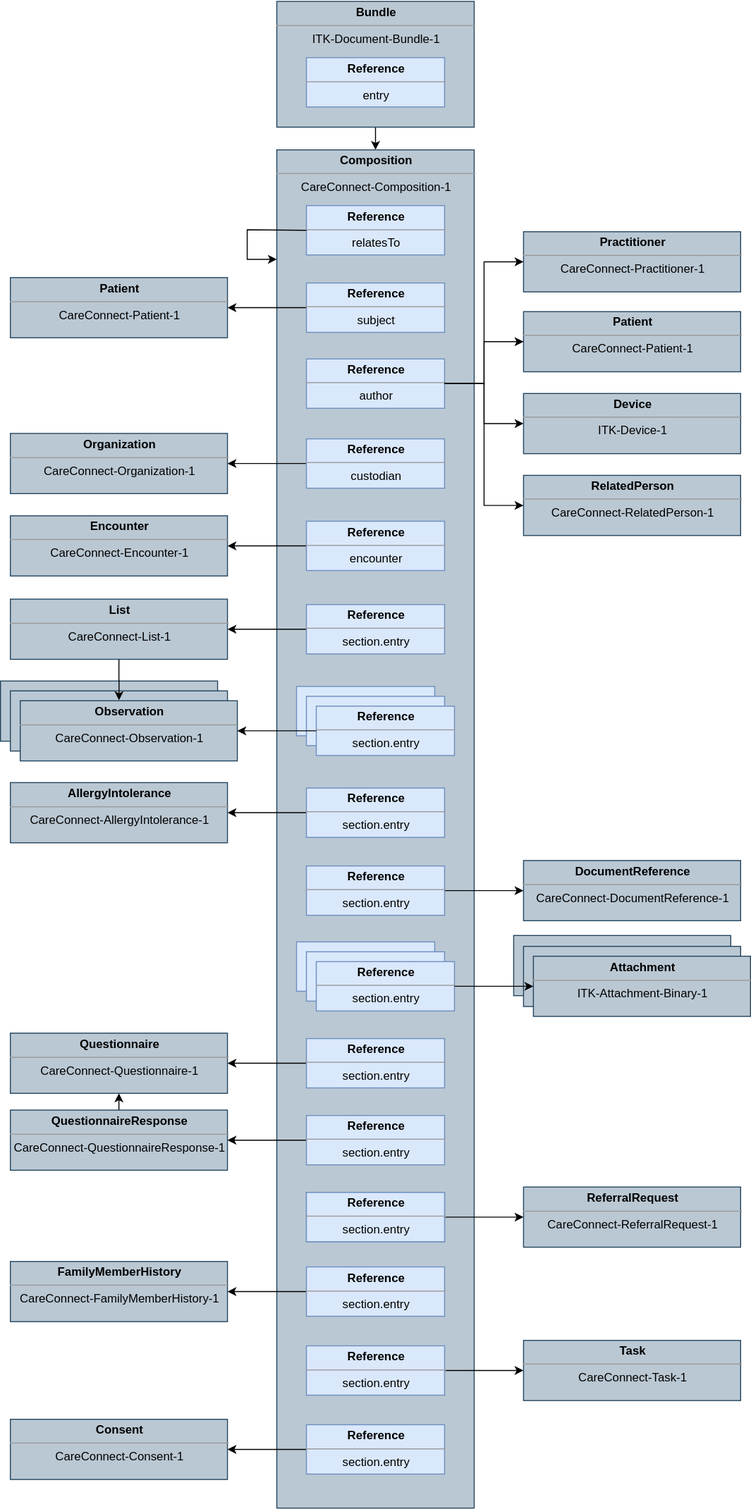
This is images/senddocument/payload.svg from nhsconnect/gpconnect-messaging, a draw.io export, as it was before one commit. Source tidied: cells renumbered, new cells last; positions are measured from the earlier drawing's top-left corner, leaving out a move shared by most shapes.
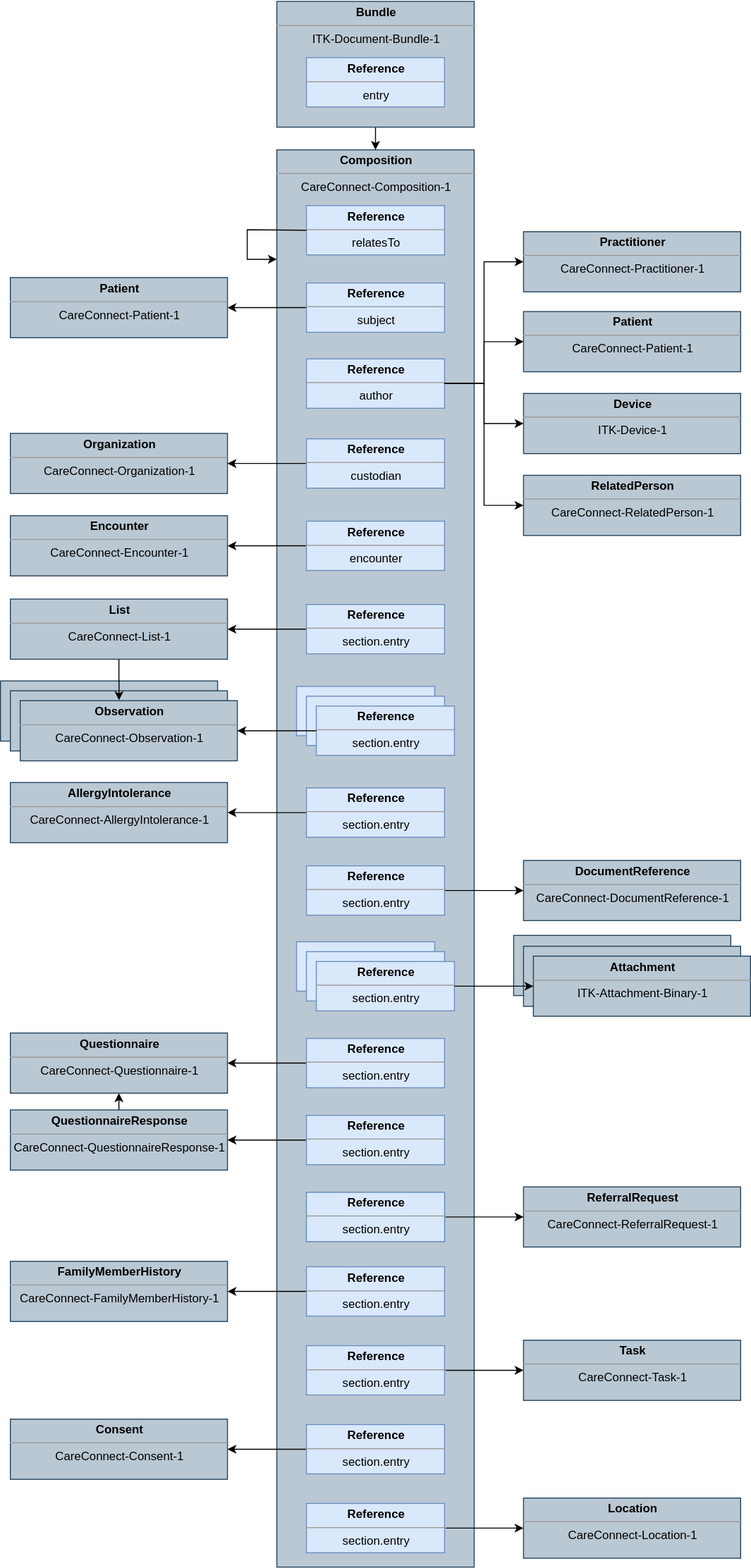
The same file after the commit.

What changed in the source:
```diff
@@ -12,7 +12,7 @@
       <mxGeometry x="310" y="57.5" width="140" height="50" as="geometry" />
     </mxCell>
     <mxCell id="5" value="&lt;p style=&quot;margin: 0px ; margin-top: 4px ; text-align: center&quot;&gt;&lt;b&gt;Composition&lt;/b&gt;&lt;/p&gt;&lt;hr size=&quot;1&quot; style=&quot;text-align: center&quot;&gt;&lt;div style=&quot;text-align: center ; height: 2px&quot;&gt;CareConnect-&lt;span&gt;Composition-1&lt;/span&gt;&lt;/div&gt;" style="verticalAlign=top;align=left;overflow=fill;fontSize=12;fontFamily=Helvetica;html=1;fillColor=#bac8d3;strokeColor=#23445d;" parent="1" vertex="1">
-      <mxGeometry x="280" y="151" width="200" height="1377" as="geometry" />
+      <mxGeometry x="280" y="151" width="200" height="1437" as="geometry" />
     </mxCell>
     <mxCell id="6" value="&lt;p style=&quot;margin: 0px ; margin-top: 4px ; text-align: center&quot;&gt;&lt;b&gt;Reference&lt;/b&gt;&lt;/p&gt;&lt;hr size=&quot;1&quot;&gt;&lt;div style=&quot;text-align: center ; height: 2px&quot;&gt;relatesTo&lt;/div&gt;" style="verticalAlign=top;align=left;overflow=fill;fontSize=12;fontFamily=Helvetica;html=1;fillColor=#dae8fc;strokeColor=#6c8ebf;" parent="1" vertex="1">
       <mxGeometry x="310" y="207.5" width="140" height="50" as="geometry" />
@@ -234,5 +234,16 @@
     <mxCell id="74" value="&lt;p style=&quot;margin: 0px ; margin-top: 4px ; text-align: center&quot;&gt;&lt;b&gt;Consent&lt;/b&gt;&lt;br&gt;&lt;/p&gt;&lt;hr size=&quot;1&quot; style=&quot;text-align: center&quot;&gt;&lt;div style=&quot;text-align: center ; height: 2px&quot;&gt;CareConnect-Consent-1&lt;/div&gt;" style="verticalAlign=top;align=left;overflow=fill;fontSize=12;fontFamily=Helvetica;html=1;fillColor=#bac8d3;strokeColor=#23445d;" parent="1" vertex="1">
       <mxGeometry x="10" y="1438" width="220" height="61" as="geometry" />
     </mxCell>
+    <mxCell id="75" style="edgeStyle=orthogonalEdgeStyle;rounded=0;jettySize=auto;html=1;exitX=1;exitY=0.5;exitDx=0;exitDy=0;" parent="1" edge="1" target="76">
+      <mxGeometry relative="1" as="geometry">
+        <mxPoint x="450" y="1548.5" as="sourcePoint" />
+      </mxGeometry>
+    </mxCell>
+    <mxCell id="76" value="&lt;p style=&quot;margin: 0px ; margin-top: 4px ; text-align: center&quot;&gt;&lt;b&gt;Location&lt;/b&gt;&lt;/p&gt;&lt;hr size=&quot;1&quot; style=&quot;text-align: center&quot;&gt;&lt;div style=&quot;text-align: center ; height: 2px&quot;&gt;CareConnect-Location-1&lt;/div&gt;" style="verticalAlign=top;align=left;overflow=fill;fontSize=12;fontFamily=Helvetica;html=1;fillColor=#bac8d3;strokeColor=#23445d;" parent="1" vertex="1">
+      <mxGeometry x="530" y="1518" width="220" height="61" as="geometry" />
+    </mxCell>
+    <mxCell id="77" value="&lt;p style=&quot;margin: 0px ; margin-top: 4px ; text-align: center&quot;&gt;&lt;b&gt;Reference&lt;/b&gt;&lt;/p&gt;&lt;hr size=&quot;1&quot;&gt;&lt;div style=&quot;text-align: center ; height: 2px&quot;&gt;section.entry&lt;/div&gt;" style="verticalAlign=top;align=left;overflow=fill;fontSize=12;fontFamily=Helvetica;html=1;fillColor=#dae8fc;strokeColor=#6c8ebf;" parent="1" vertex="1">
+      <mxGeometry x="310" y="1523.5" width="140" height="50" as="geometry" />
+    </mxCell>
   </root>
 </mxGraphModel>
```
